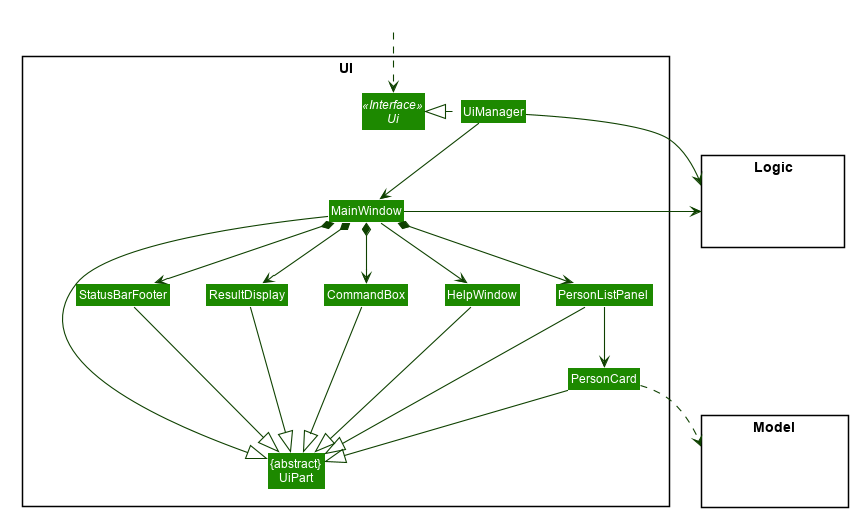
Earlier version of the PlantUML export docs/images/UiClassDiagram.png (nus-cs2103-AY1920S2/addressbook-level3).
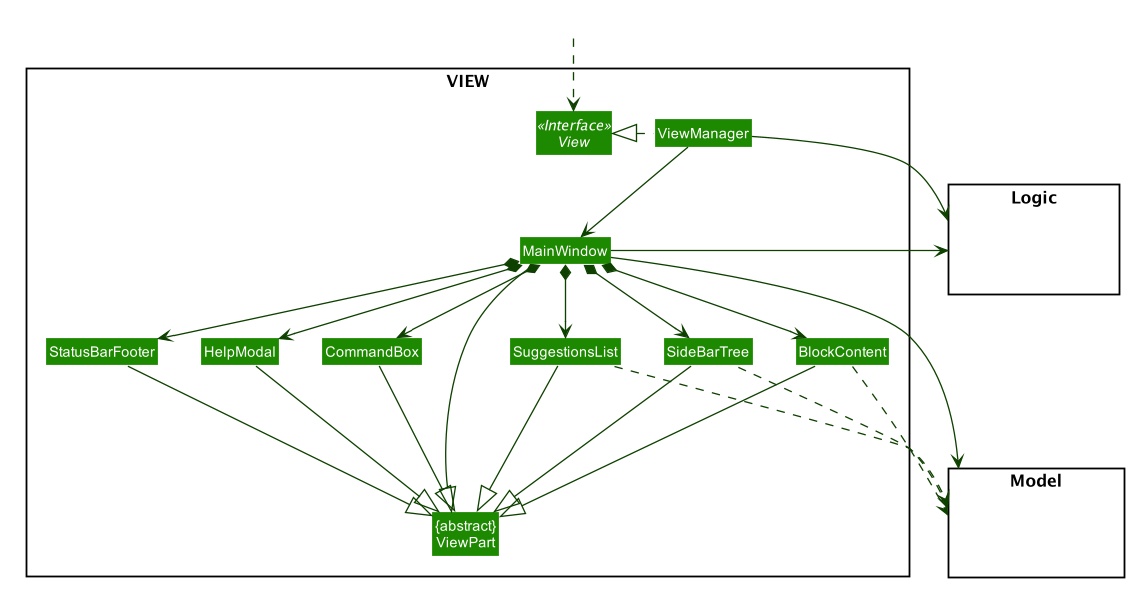
Later version of the same file.

Diff of the diagram source:
```diff
@@ -51,17 +51,17 @@
 skinparam arrowColor #0E4100
 skinparam classBackgroundColor #1D8900
 
-package UI <<Rectangle>>{
-Interface Ui <<Interface>>
-Class "{abstract}\nUiPart" as UiPart
-Class UiManager
+package VIEW <<Rectangle>>{
+Interface View <<Interface>>
+Class "{abstract}\nViewPart" as ViewPart
+Class ViewManager
 Class MainWindow
-Class HelpWindow
-Class ResultDisplay
-Class PersonListPanel
-Class PersonCard
+Class SuggestionsList
+Class HelpModal
+Class SideBarTree
 Class StatusBarFooter
 Class CommandBox
+Class BlockContent
 }
 
 package Model <<Rectangle>> {
@@ -73,35 +73,38 @@
 }
 
 Class HiddenOutside #FFFFFF
-HiddenOutside ..> Ui
+HiddenOutside ..> View
 
-UiManager .left.|> Ui
-UiManager -down-> MainWindow
-MainWindow --> HelpWindow
+ViewManager .left.|> View
+ViewManager -down-> MainWindow
+MainWindow *-down-> SuggestionsList
 MainWindow *-down-> CommandBox
-MainWindow *-down-> ResultDisplay
-MainWindow *-down-> PersonListPanel
+MainWindow *-down-> HelpModal
+MainWindow *-down-> SideBarTree
 MainWindow *-down-> StatusBarFooter
+MainWindow *-down-> BlockContent
 
-PersonListPanel -down-> PersonCard
+MainWindow ----|> ViewPart
 
-MainWindow -left-|> UiPart
+HelpModal --|> ViewPart
+CommandBox --|> ViewPart
+SideBarTree --|> ViewPart
+StatusBarFooter --|> ViewPart
+SuggestionsList -down-|> ViewPart
+BlockContent --|> ViewPart
 
-ResultDisplay --|> UiPart
-CommandBox --|> UiPart
-PersonListPanel --|> UiPart
-PersonCard --|> UiPart
-StatusBarFooter --|> UiPart
-HelpWindow -down-|> UiPart
+SideBarTree .left...> Model
+BlockContent .down..> Model
+SuggestionsList ....> Model
+ViewManager -right-> Logic
+MainWindow -left-> Logic
+MainWindow -left-> Model
 
-PersonCard ..> Model
-UiManager -right-> Logic
-MainWindow -left-> Logic
+SideBarTree -[hidden]left- SuggestionsList
+SuggestionsList -[hidden]left- CommandBox
+CommandBox -[hidden]left- HelpModal
+HelpModal -[hidden]left- StatusBarFooter
+BlockContent -[hidden]left-SideBarTree
 
-PersonListPanel -[hidden]left- HelpWindow
-HelpWindow -[hidden]left- CommandBox
-CommandBox -[hidden]left- ResultDisplay
-ResultDisplay -[hidden]left- StatusBarFooter
-
-MainWindow -[hidden]-|> UiPart
+MainWindow -[hidden]-|> ViewPart
 @enduml
```
